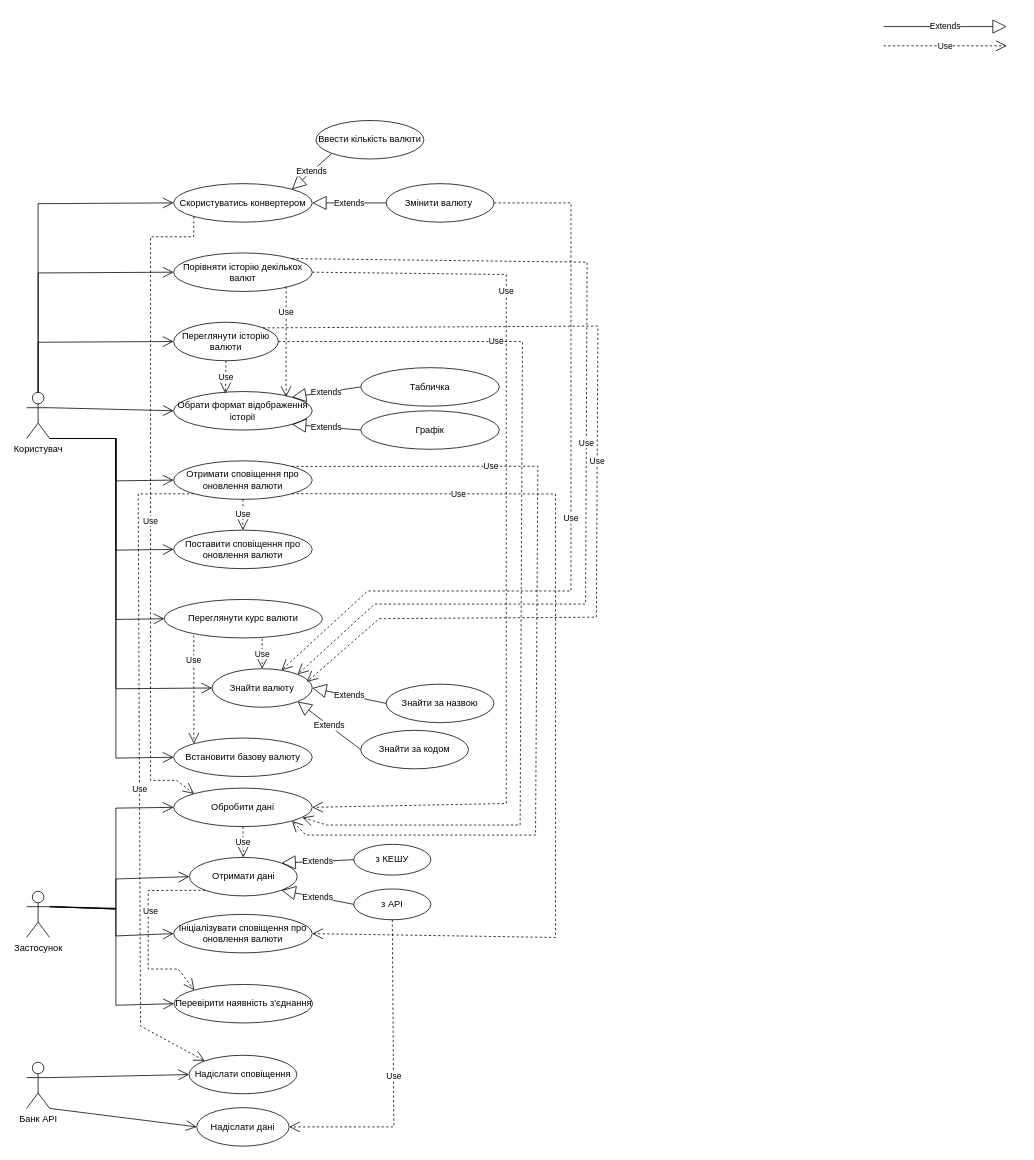
Before: lab2/UC/UC.drawio.xml in MihajloVat/KPI_labs_3_sem, a draw.io diagram. Source tidied: cells renumbered, new cells numbered last; positions are measured from the earlier drawing's top-left corner, leaving out a move shared by most shapes. Both pictures are drawn from the tidied source at 77%, with x=0, y=0 at pixel (26, 26).
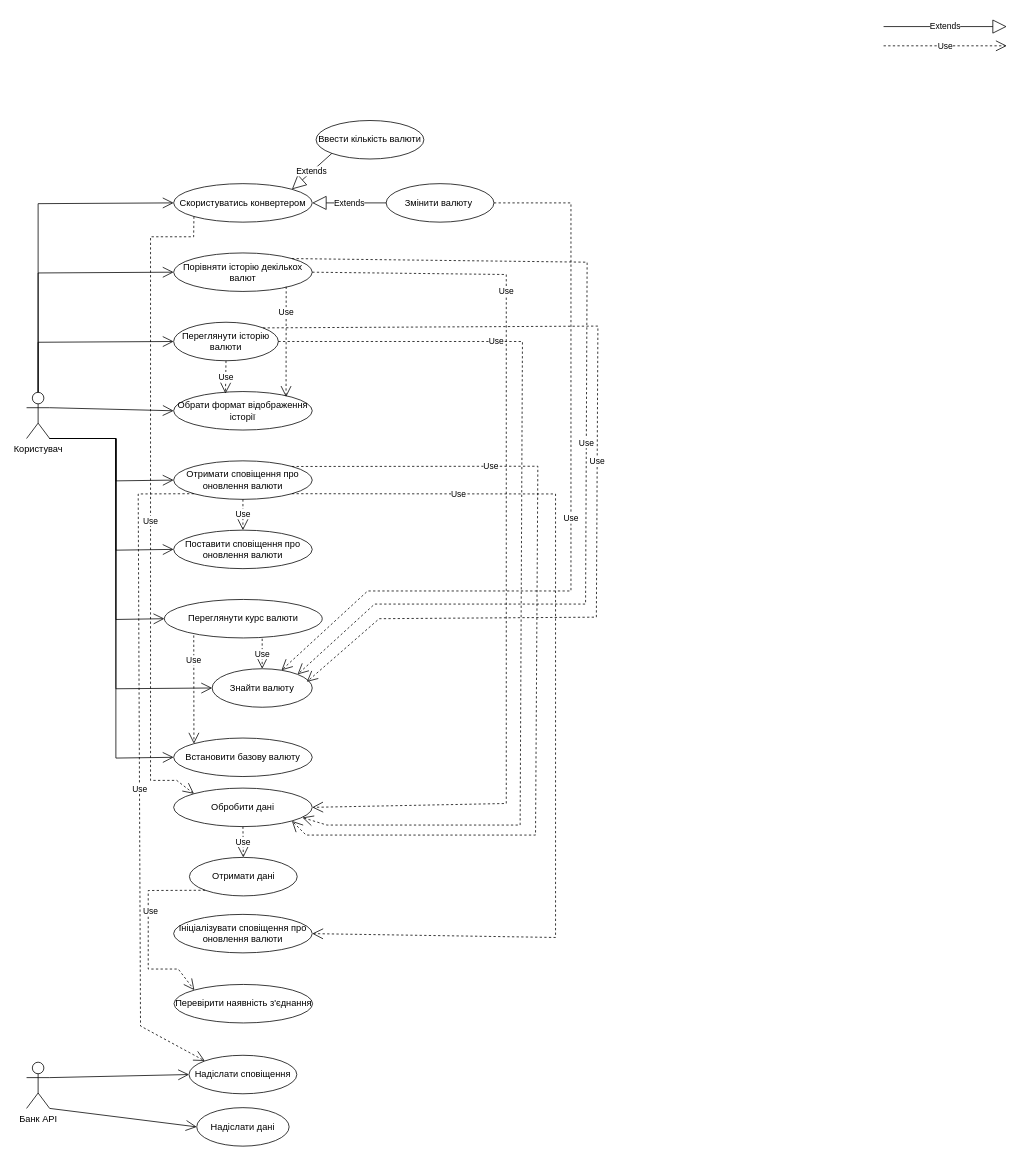
After the change.

Unchanged cells that the change refers to:
```xml
<mxCell id="10" value="Обрати формат відображення історії" style="ellipse;whiteSpace=wrap;html=1;" parent="1" vertex="1">
  <mxGeometry x="191" y="474" width="180" height="50" as="geometry" />
</mxCell>
<mxCell id="14" value="Знайти валюту" style="ellipse;whiteSpace=wrap;html=1;" parent="1" vertex="1">
  <mxGeometry x="241" y="834" width="130" height="50" as="geometry" />
</mxCell>
<mxCell id="22" value="Обробити дані" style="ellipse;whiteSpace=wrap;html=1;" parent="1" vertex="1">
  <mxGeometry x="191" y="989" width="180" height="50" as="geometry" />
</mxCell>
<mxCell id="23" value="Ініціалізувати сповіщення про оновлення валюти" style="ellipse;whiteSpace=wrap;html=1;" parent="1" vertex="1">
  <mxGeometry x="191" y="1153" width="180" height="50" as="geometry" />
</mxCell>
<mxCell id="24" value="Отримати дані" style="ellipse;whiteSpace=wrap;html=1;" parent="1" vertex="1">
  <mxGeometry x="211.5" y="1079" width="140" height="50" as="geometry" />
</mxCell>
<mxCell id="28" value="Надіслати дані" style="ellipse;whiteSpace=wrap;html=1;" parent="1" vertex="1">
  <mxGeometry x="221" y="1404" width="120" height="50" as="geometry" />
</mxCell>
<mxCell id="55" value="Перевірити наявність з'єднання" style="ellipse;whiteSpace=wrap;html=1;" parent="1" vertex="1">
  <mxGeometry x="191.5" y="1244" width="180" height="50" as="geometry" />
</mxCell>
```

Diff of the diagram source:
```diff
@@
-    <mxCell id="5" value="Застосунок" style="shape=umlActor;verticalLabelPosition=bottom;verticalAlign=top;html=1;outlineConnect=0;" parent="1" vertex="1">
-      <mxGeometry y="1123" width="30" height="60" as="geometry" />
-    </mxCell>
@@
-    <mxCell id="18" value="Табличка" style="ellipse;whiteSpace=wrap;html=1;" parent="1" vertex="1">
-      <mxGeometry x="434" y="443" width="180" height="50" as="geometry" />
-    </mxCell>
-    <mxCell id="19" value="Графік" style="ellipse;whiteSpace=wrap;html=1;" parent="1" vertex="1">
-      <mxGeometry x="434" y="499" width="180" height="50" as="geometry" />
-    </mxCell>
-    <mxCell id="20" value="Знайти за назвою" style="ellipse;whiteSpace=wrap;html=1;" parent="1" vertex="1">
-      <mxGeometry x="467" y="854" width="140" height="50" as="geometry" />
-    </mxCell>
-    <mxCell id="21" value="Знайти за кодом" style="ellipse;whiteSpace=wrap;html=1;" parent="1" vertex="1">
-      <mxGeometry x="434" y="914" width="140" height="50" as="geometry" />
-    </mxCell>
@@
-    <mxCell id="26" value="з КЕШУ" style="ellipse;whiteSpace=wrap;html=1;" parent="1" vertex="1">
-      <mxGeometry x="425" y="1062" width="100" height="40" as="geometry" />
-    </mxCell>
-    <mxCell id="27" value="з АPI" style="ellipse;whiteSpace=wrap;html=1;" parent="1" vertex="1">
-      <mxGeometry x="425" y="1120" width="100" height="40" as="geometry" />
-    </mxCell>
@@
-    <mxCell id="29" value="Extends" style="endArrow=block;endSize=16;endFill=0;html=1;rounded=0;exitX=0;exitY=0.5;exitDx=0;exitDy=0;entryX=1;entryY=1;entryDx=0;entryDy=0;" parent="1" edge="1" source="27" target="24">
-      <mxGeometry relative="1" as="geometry" />
-    </mxCell>
-    <mxCell id="30" value="Extends" style="endArrow=block;endSize=16;endFill=0;html=1;rounded=0;exitX=0;exitY=0.5;exitDx=0;exitDy=0;entryX=1;entryY=0;entryDx=0;entryDy=0;" parent="1" edge="1" source="26" target="24">
-      <mxGeometry relative="1" as="geometry" />
-    </mxCell>
-    <mxCell id="31" value="Extends" style="endArrow=block;endSize=16;endFill=0;html=1;rounded=0;exitX=0;exitY=0.5;exitDx=0;exitDy=0;entryX=1;entryY=1;entryDx=0;entryDy=0;" parent="1" edge="1" source="21" target="14">
-      <mxGeometry relative="1" as="geometry" />
-    </mxCell>
-    <mxCell id="32" value="Extends" style="endArrow=block;endSize=16;endFill=0;html=1;rounded=0;exitX=0;exitY=0.5;exitDx=0;exitDy=0;entryX=1;entryY=0.5;entryDx=0;entryDy=0;" parent="1" edge="1" source="20" target="14">
-      <mxGeometry relative="1" as="geometry" />
-    </mxCell>
-    <mxCell id="33" value="Extends" style="endArrow=block;endSize=16;endFill=0;html=1;rounded=0;exitX=0;exitY=0.5;exitDx=0;exitDy=0;entryX=1;entryY=0;entryDx=0;entryDy=0;" parent="1" edge="1" source="18" target="10">
-      <mxGeometry relative="1" as="geometry" />
-    </mxCell>
-    <mxCell id="34" value="Extends" style="endArrow=block;endSize=16;endFill=0;html=1;rounded=0;exitX=0;exitY=0.5;exitDx=0;exitDy=0;entryX=1;entryY=1;entryDx=0;entryDy=0;" parent="1" edge="1" source="19" target="10">
-      <mxGeometry relative="1" as="geometry" />
-    </mxCell>
@@
-    <mxCell id="48" style="endArrow=open;endFill=1;endSize=12;html=1;rounded=0;exitX=1;exitY=1;exitDx=0;exitDy=0;exitPerimeter=0;entryX=0;entryY=0.5;entryDx=0;entryDy=0;" parent="1" edge="1" target="55">
-      <mxGeometry relative="1" as="geometry">
-        <mxPoint x="30" y="1143" as="sourcePoint" />
-        <Array as="points">
-          <mxPoint x="116" y="1146" />
-          <mxPoint x="116" y="1271" />
-        </Array>
-      </mxGeometry>
-    </mxCell>
-    <mxCell id="49" style="endArrow=open;endFill=1;endSize=12;html=1;rounded=0;exitX=1;exitY=0.3333333333333333;exitDx=0;exitDy=0;exitPerimeter=0;entryX=0;entryY=0.5;entryDx=0;entryDy=0;" parent="1" edge="1" source="5" target="23">
-      <mxGeometry relative="1" as="geometry">
-        <Array as="points">
-          <mxPoint x="116" y="1145" />
-          <mxPoint x="116" y="1181" />
-        </Array>
-      </mxGeometry>
-    </mxCell>
-    <mxCell id="50" style="endArrow=open;endFill=1;endSize=12;html=1;rounded=0;exitX=1;exitY=0.3333333333333333;exitDx=0;exitDy=0;exitPerimeter=0;entryX=0;entryY=0.5;entryDx=0;entryDy=0;" parent="1" edge="1" source="5" target="24">
-      <mxGeometry relative="1" as="geometry">
-        <Array as="points">
-          <mxPoint x="116" y="1146" />
-          <mxPoint x="116" y="1107" />
-        </Array>
-      </mxGeometry>
-    </mxCell>
-    <mxCell id="51" style="endArrow=open;endFill=1;endSize=12;html=1;rounded=0;exitX=1;exitY=0.3333333333333333;exitDx=0;exitDy=0;exitPerimeter=0;entryX=0;entryY=0.5;entryDx=0;entryDy=0;" parent="1" edge="1" target="22">
-      <mxGeometry relative="1" as="geometry">
-        <mxPoint x="30" y="1143" as="sourcePoint" />
-        <Array as="points">
-          <mxPoint x="116" y="1146" />
-          <mxPoint x="116" y="1015" />
-        </Array>
-      </mxGeometry>
-    </mxCell>
@@
-    <mxCell id="57" value="Use" style="endArrow=open;endSize=12;dashed=1;html=1;rounded=0;exitX=0.5;exitY=1;exitDx=0;exitDy=0;entryX=1;entryY=0.5;entryDx=0;entryDy=0;" parent="1" edge="1" source="27" target="28">
-      <mxGeometry relative="1" as="geometry">
-        <Array as="points">
-          <mxPoint x="477" y="1429" />
-        </Array>
-      </mxGeometry>
-    </mxCell>
```
